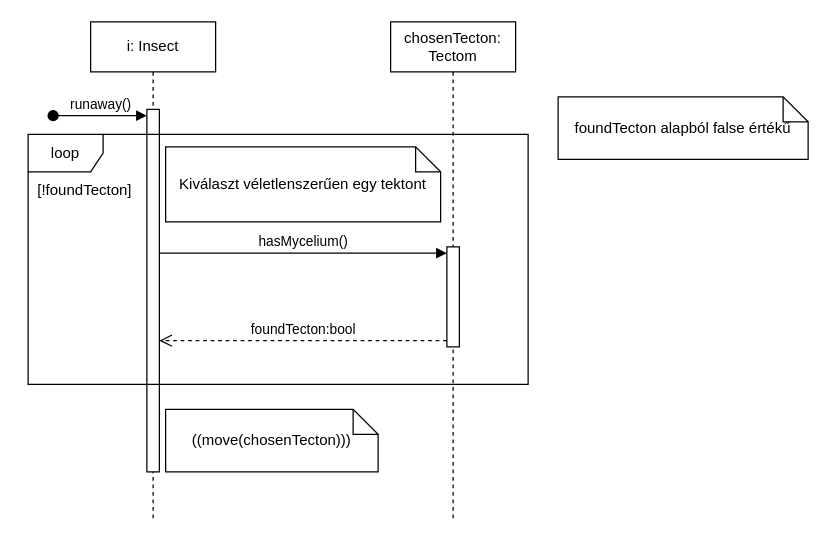
Before: page "InsectRunaway" (11 of 12) of Szekvencia_Diagrammok.drawio in koharzsombor/bandITs, a draw.io diagram. Source tidied: cells renumbered, new cells numbered last; positions are measured from the earlier drawing's top-left corner, leaving out a move shared by most shapes. Both pictures are drawn from the tidied source at 125%, with x=0, y=0 at pixel (21, 21).
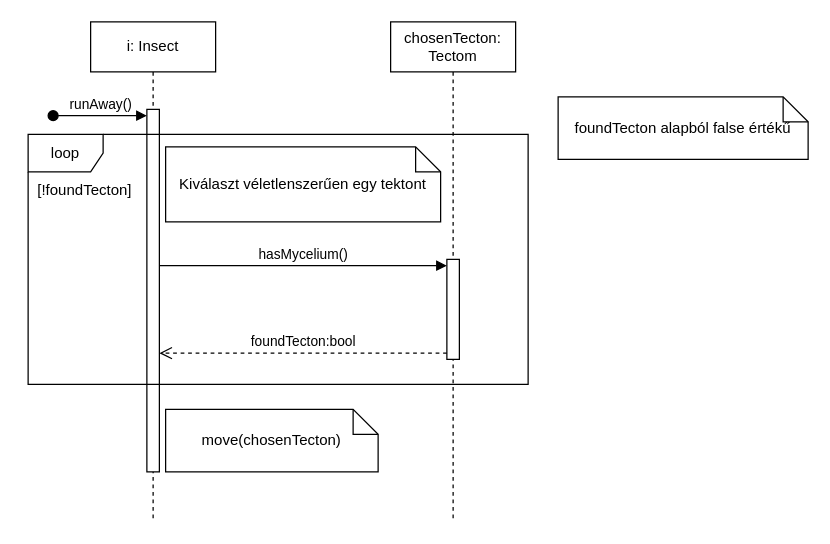
Above is the later version.

What changed in the source:
```diff
@@
 <mxGraphModel>
   <root>
     <mxCell id="0" />
     <mxCell id="1" parent="0" />
     <mxCell id="2" value="i: Insect" style="shape=umlLifeline;perimeter=lifelinePerimeter;whiteSpace=wrap;html=1;newEdgeStyle={&quot;curved&quot;:0,&quot;rounded&quot;:0};" parent="1" vertex="1">
       <mxGeometry x="55" width="100" height="400" as="geometry" />
     </mxCell>
     <mxCell id="3" style="html=1;points=[[0,0,0,0,5],[0,1,0,0,-5],[1,0,0,0,5],[1,1,0,0,-5]];perimeter=orthogonalPerimeter;outlineConnect=0;targetShapes=umlLifeline;portConstraint=eastwest;newEdgeStyle={&quot;curved&quot;:0,&quot;rounded&quot;:0};" parent="2" vertex="1">
       <mxGeometry x="45" y="70" width="10" height="290" as="geometry" />
     </mxCell>
-    <mxCell id="4" value="runaway()" style="html=1;verticalAlign=bottom;startArrow=oval;endArrow=block;startSize=8;curved=0;rounded=0;entryX=0;entryY=0;entryDx=0;entryDy=5;" parent="2" edge="1" target="3">
+    <mxCell id="4" value="runAway()" style="html=1;verticalAlign=bottom;startArrow=oval;endArrow=block;startSize=8;curved=0;rounded=0;entryX=0;entryY=0;entryDx=0;entryDy=5;" parent="2" edge="1" target="3">
       <mxGeometry relative="1" as="geometry">
         <mxPoint x="-30" y="75" as="sourcePoint" />
       </mxGeometry>
     </mxCell>
     <mxCell id="5" value="loop" style="shape=umlFrame;whiteSpace=wrap;html=1;" parent="1" vertex="1">
       <mxGeometry x="5" y="90" width="400" height="200" as="geometry" />
     </mxCell>
     <mxCell id="6" value="[!foundTecton]" style="text;html=1;align=center;verticalAlign=middle;strokeColor=none;fillColor=none;" parent="1" vertex="1">
       <mxGeometry y="120" width="100" height="30" as="geometry" />
     </mxCell>
     <mxCell id="7" value="Kiválaszt véletlenszerűen egy tektont" style="shape=note;size=20;whiteSpace=wrap;html=1;" parent="1" vertex="1">
       <mxGeometry x="115" y="100" width="220" height="60" as="geometry" />
     </mxCell>
     <mxCell id="8" value="chosenTecton: Tectom" style="shape=umlLifeline;perimeter=lifelinePerimeter;whiteSpace=wrap;html=1;newEdgeStyle={&quot;curved&quot;:0,&quot;rounded&quot;:0};" parent="1" vertex="1">
       <mxGeometry x="295" width="100" height="400" as="geometry" />
     </mxCell>
     <mxCell id="9" style="html=1;points=[[0,0,0,0,5],[0,1,0,0,-5],[1,0,0,0,5],[1,1,0,0,-5]];perimeter=orthogonalPerimeter;outlineConnect=0;targetShapes=umlLifeline;portConstraint=eastwest;newEdgeStyle={&quot;curved&quot;:0,&quot;rounded&quot;:0};" parent="8" vertex="1">
-      <mxGeometry x="45" y="180" width="10" height="80" as="geometry" />
+      <mxGeometry x="45" y="190" width="10" height="80" as="geometry" />
     </mxCell>
     <mxCell id="10" value="hasMycelium()" style="html=1;verticalAlign=bottom;endArrow=block;curved=0;rounded=0;entryX=0;entryY=0;entryDx=0;entryDy=5;" parent="1" edge="1" source="3" target="9">
       <mxGeometry relative="1" as="geometry" />
     </mxCell>
     <mxCell id="11" value="foundTecton:bool" style="html=1;verticalAlign=bottom;endArrow=open;dashed=1;endSize=8;curved=0;rounded=0;exitX=0;exitY=1;exitDx=0;exitDy=-5;" parent="1" edge="1" source="9" target="3">
       <mxGeometry relative="1" as="geometry" />
     </mxCell>
     <mxCell id="12" value="foundTecton alapból false értékű" style="shape=note;size=20;whiteSpace=wrap;html=1;" parent="1" vertex="1">
       <mxGeometry x="429" y="60" width="200" height="50" as="geometry" />
     </mxCell>
-    <mxCell id="13" value="((move(chosenTecton)))" style="shape=note;size=20;whiteSpace=wrap;html=1;" parent="1" vertex="1">
+    <mxCell id="13" value="move(chosenTecton)" style="shape=note;size=20;whiteSpace=wrap;html=1;" parent="1" vertex="1">
       <mxGeometry x="115" y="310" width="170" height="50" as="geometry" />
     </mxCell>
   </root>
 </mxGraphModel>
```
